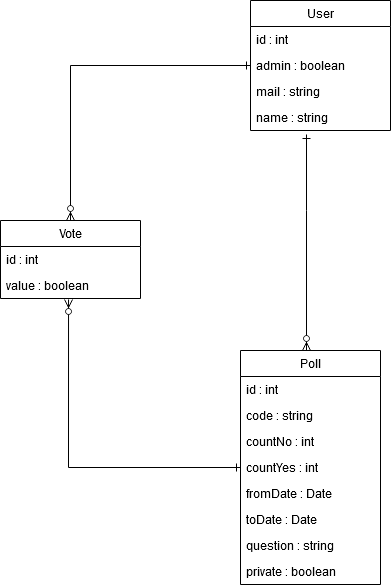
Above: designdocument/assets/domainmodel.png in DAT250-Project-Groups-1/Design-and-Prototyping-Assignment-A (draw.io), before the change. Source tidied: cells renumbered, new cells last; positions are measured from the earlier drawing's top-left corner, leaving out a move shared by most shapes.
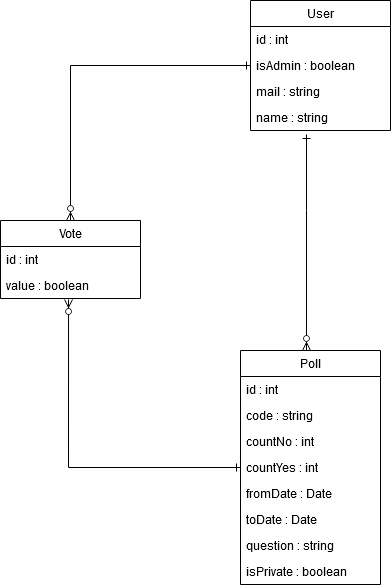
After the change.

Change to the diagram source:
```diff
@@ -43,7 +43,7 @@
     <mxCell id="13" value="question : string" style="text;strokeColor=none;fillColor=none;align=left;verticalAlign=top;spacingLeft=4;spacingRight=4;overflow=hidden;" parent="6" vertex="1">
       <mxGeometry y="182" width="140" height="26" as="geometry" />
     </mxCell>
-    <mxCell id="14" value="private : boolean" style="text;strokeColor=none;fillColor=none;align=left;verticalAlign=top;spacingLeft=4;spacingRight=4;overflow=hidden;" parent="6" vertex="1">
+    <mxCell id="14" value="isPrivate : boolean" style="text;strokeColor=none;fillColor=none;align=left;verticalAlign=top;spacingLeft=4;spacingRight=4;overflow=hidden;" parent="6" vertex="1">
       <mxGeometry y="208" width="140" height="26" as="geometry" />
     </mxCell>
     <mxCell id="15" style="edgeStyle=orthogonalEdgeStyle;rounded=0;jettySize=auto;html=1;exitX=0;exitY=0.5;exitDx=0;exitDy=0;entryX=0.5;entryY=0;entryDx=0;entryDy=0;endArrow=ERzeroToMany;endFill=1;startArrow=ERone;startFill=0;" parent="1" edge="1" source="19" target="2">
@@ -58,7 +58,7 @@
     <mxCell id="18" value="id : int" style="text;strokeColor=none;fillColor=none;align=left;verticalAlign=top;spacingLeft=4;spacingRight=4;overflow=hidden;" parent="17" vertex="1">
       <mxGeometry y="26" width="140" height="26" as="geometry" />
     </mxCell>
-    <mxCell id="19" value="admin : boolean" style="text;strokeColor=none;fillColor=none;align=left;verticalAlign=top;spacingLeft=4;spacingRight=4;overflow=hidden;points=[[0,0.5],[1,0.5]];portConstraint=eastwest;" parent="17" vertex="1">
+    <mxCell id="19" value="isAdmin : boolean" style="text;strokeColor=none;fillColor=none;align=left;verticalAlign=top;spacingLeft=4;spacingRight=4;overflow=hidden;points=[[0,0.5],[1,0.5]];portConstraint=eastwest;" parent="17" vertex="1">
       <mxGeometry y="52" width="140" height="26" as="geometry" />
     </mxCell>
     <mxCell id="20" value="mail : string" style="text;strokeColor=none;fillColor=none;align=left;verticalAlign=top;spacingLeft=4;spacingRight=4;overflow=hidden;" parent="17" vertex="1">
```
